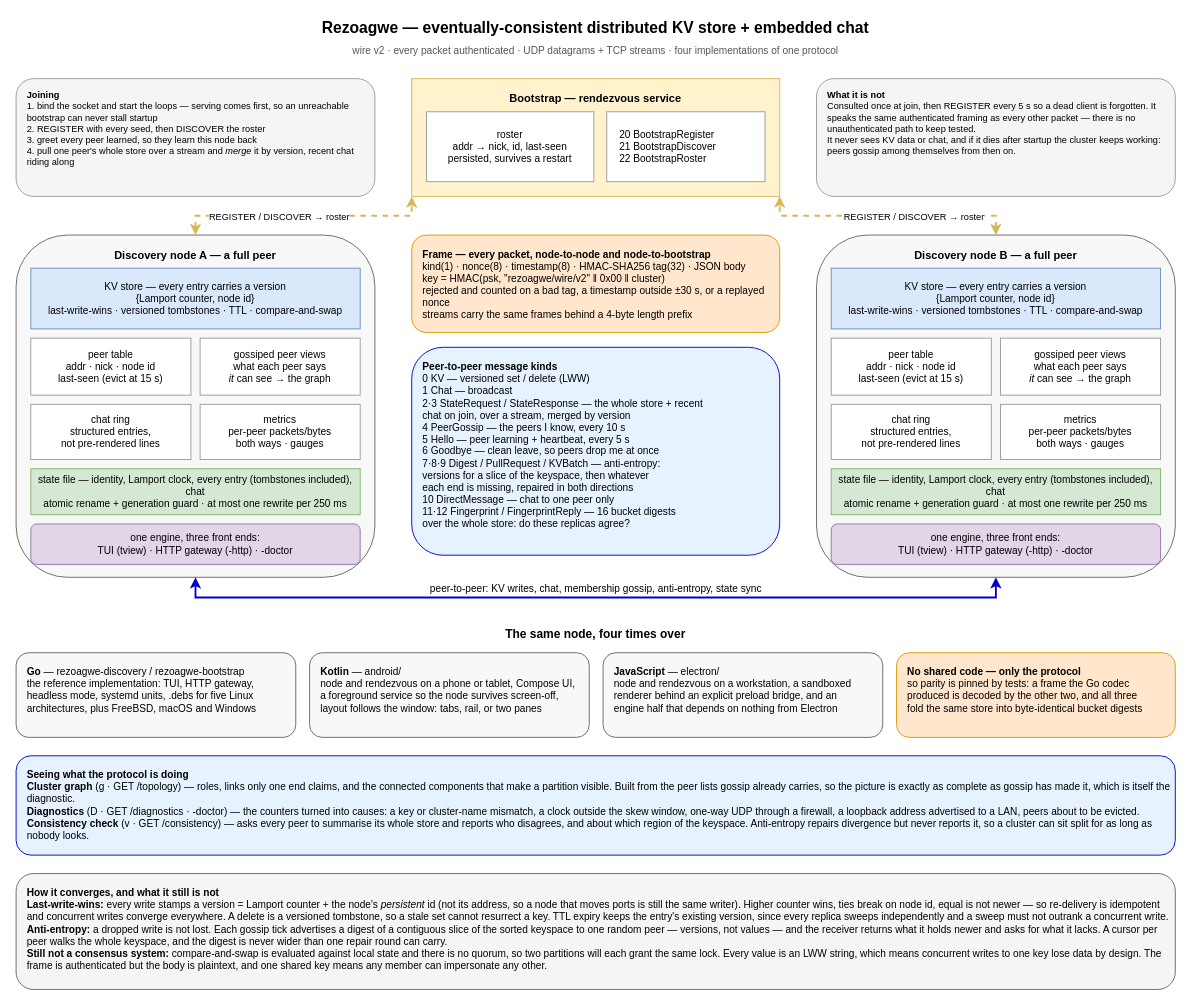
nexusriot/rezoagwe keeps this draw.io diagram as rezo_agwe.drawio. Above is the earlier version. Source tidied: cells renumbered, new cells numbered last; positions are measured from the earlier drawing's top-left corner, leaving out a move shared by most shapes. Both pictures are drawn from the tidied source at 92%, with x=0, y=0 at pixel (16, 16).
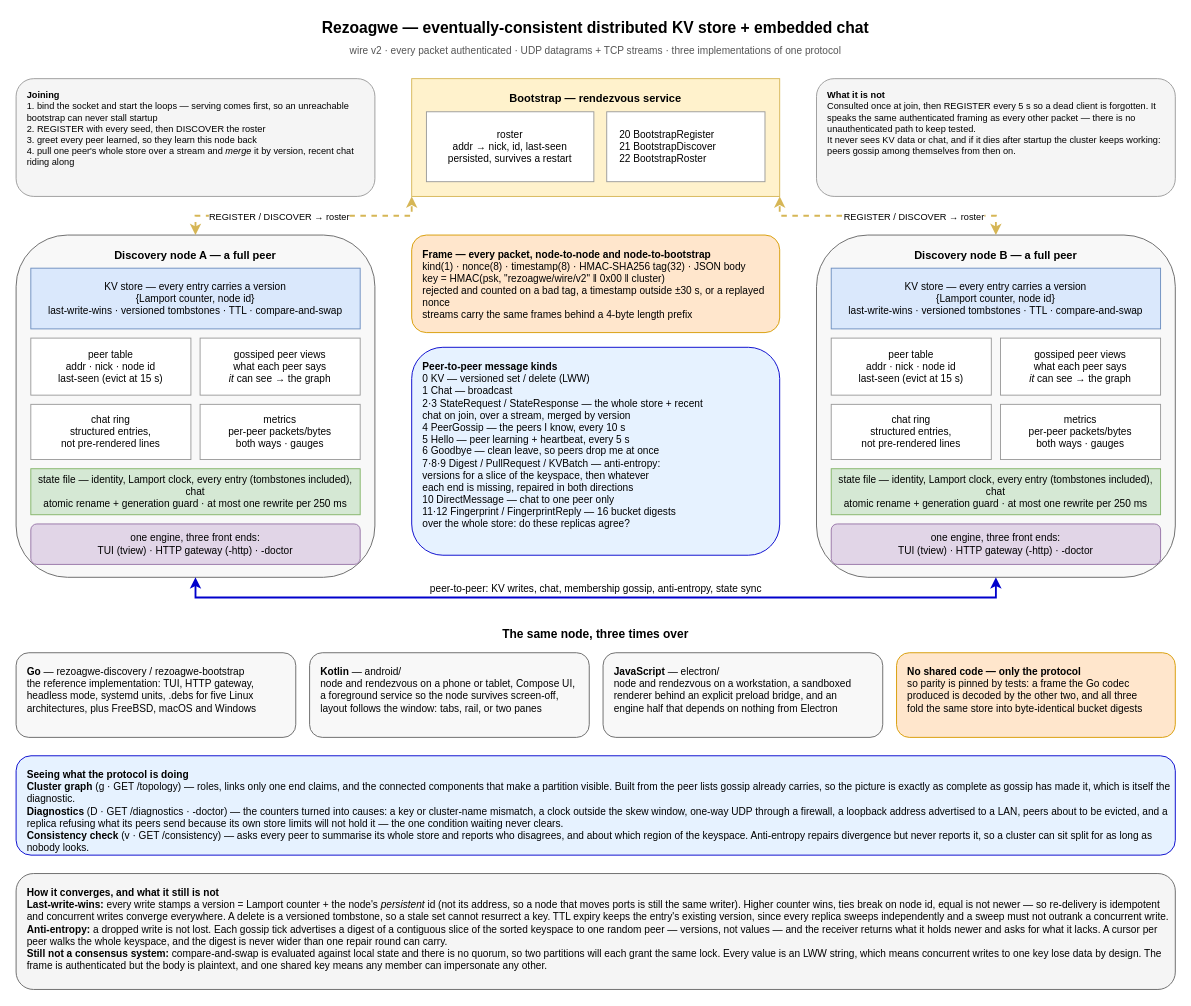
The same page after the edit.

The edit, as a diff of the source:
```diff
@@
-    <mxCell id="3" value="wire v2 · every packet authenticated · UDP datagrams + TCP streams · four implementations of one protocol" style="text;html=1;align=center;verticalAlign=middle;whiteSpace=wrap;rounded=0;fontSize=11;fontColor=#555555;" parent="1" vertex="1">
+    <mxCell id="3" value="wire v2 · every packet authenticated · UDP datagrams + TCP streams · three implementations of one protocol" style="text;html=1;align=center;verticalAlign=middle;whiteSpace=wrap;rounded=0;fontSize=11;fontColor=#555555;" parent="1" vertex="1">
       <mxGeometry y="28" width="1260" height="20" as="geometry" />
     </mxCell>
@@
-    <mxCell id="27" value="The same node, four times over" style="text;html=1;align=center;verticalAlign=middle;whiteSpace=wrap;fontSize=13;fontStyle=1;" parent="1" vertex="1">
+    <mxCell id="27" value="The same node, three times over" style="text;html=1;align=center;verticalAlign=middle;whiteSpace=wrap;fontSize=13;fontStyle=1;" parent="1" vertex="1">
       <mxGeometry y="660" width="1260" height="24" as="geometry" />
     </mxCell>
@@
-    <mxCell id="32" value="&lt;b&gt;Seeing what the protocol is doing&lt;/b&gt;&#10;&lt;b&gt;Cluster graph&lt;/b&gt; (g · GET /topology) — roles, links only one end claims, and the connected components that make a partition visible. Built from the peer lists gossip already carries, so the picture is exactly as complete as gossip has made it, which is itself the diagnostic.&#10;&lt;b&gt;Diagnostics&lt;/b&gt; (D · GET /diagnostics · -doctor) — the counters turned into causes: a key or cluster-name mismatch, a clock outside the skew window, one-way UDP through a firewall, a loopback address advertised to a LAN, peers about to be evicted.&#10;&lt;b&gt;Consistency check&lt;/b&gt; (v · GET /consistency) — asks every peer to summarise its whole store and reports who disagrees, and about which region of the keyspace. Anti-entropy repairs divergence but never reports it, so a cluster can sit split for as long as nobody looks." style="rounded=1;whiteSpace=wrap;html=1;align=left;verticalAlign=top;spacingLeft=10;spacingTop=8;fontSize=11;fillColor=#e6f2ff;strokeColor=#0000CC;" parent="1" vertex="1">
+    <mxCell id="32" value="&lt;b&gt;Seeing what the protocol is doing&lt;/b&gt;&#10;&lt;b&gt;Cluster graph&lt;/b&gt; (g · GET /topology) — roles, links only one end claims, and the connected components that make a partition visible. Built from the peer lists gossip already carries, so the picture is exactly as complete as gossip has made it, which is itself the diagnostic.&#10;&lt;b&gt;Diagnostics&lt;/b&gt; (D · GET /diagnostics · -doctor) — the counters turned into causes: a key or cluster-name mismatch, a clock outside the skew window, one-way UDP through a firewall, a loopback address advertised to a LAN, peers about to be evicted, and a replica refusing what its peers send because its own store limits will not hold it — the one condition waiting never clears.&#10;&lt;b&gt;Consistency check&lt;/b&gt; (v · GET /consistency) — asks every peer to summarise its whole store and reports who disagrees, and about which region of the keyspace. Anti-entropy repairs divergence but never reports it, so a cluster can sit split for as long as nobody looks." style="rounded=1;whiteSpace=wrap;html=1;align=left;verticalAlign=top;spacingLeft=10;spacingTop=8;fontSize=11;fillColor=#e6f2ff;strokeColor=#0000CC;" parent="1" vertex="1">
       <mxGeometry y="804" width="1260" height="108" as="geometry" />
     </mxCell>
```
